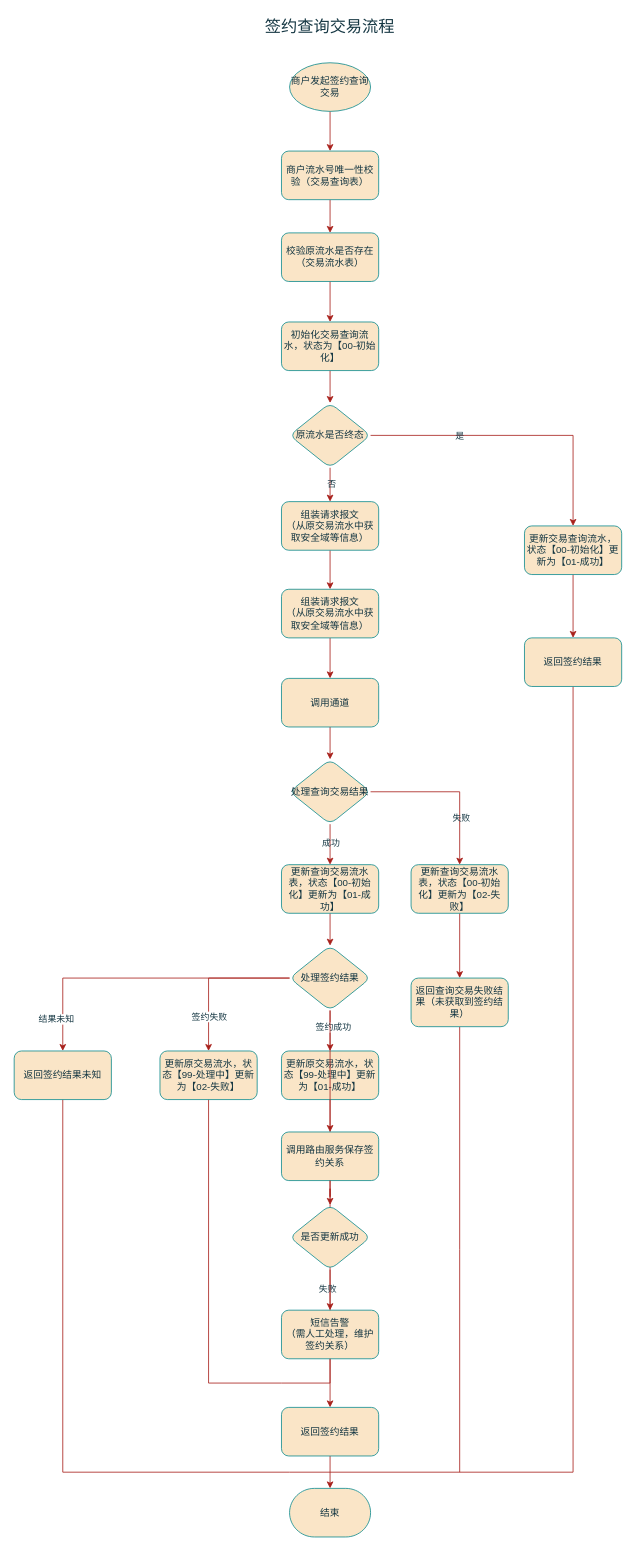
Above: page "签约查询交易流程" (2 of 10) of 代收服务.drawio in gaofv/draw (draw.io), before the change. Source tidied: cells renumbered, new cells numbered last; positions are measured from the earlier drawing's top-left corner, leaving out a move shared by most shapes. Both pictures are drawn from the tidied source at 81%, with x=0, y=0 at pixel (14, 14).
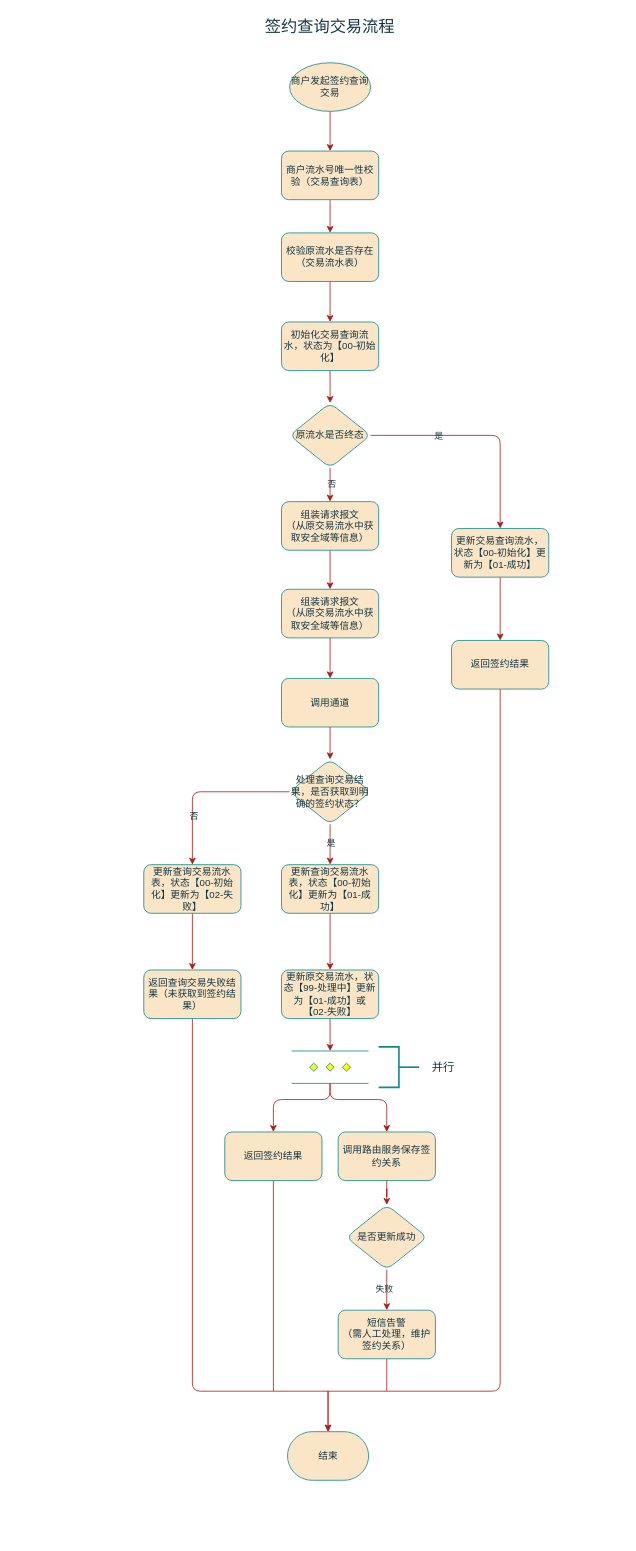
The same page after the edit.

Unchanged cells that the change refers to:
```xml
<mxCell id="9" value="原流水是否终态" style="rhombus;whiteSpace=wrap;html=1;strokeWidth=1;labelBackgroundColor=none;rounded=1;labelBorderColor=none;fillColor=#FAE5C7;strokeColor=#0F8B8D;fontColor=#143642;" parent="1" vertex="1">
  <mxGeometry x="340" y="480" width="100" height="80" as="geometry" />
</mxCell>
<mxCell id="27" style="edgeStyle=orthogonalEdgeStyle;rounded=0;jettySize=auto;html=1;labelBackgroundColor=none;strokeColor=#A8201A;fontColor=default;entryX=0.5;entryY=0;entryDx=0;entryDy=0;" parent="1" edge="1" source="29" target="36">
  <mxGeometry relative="1" as="geometry" />
</mxCell>
<mxCell id="36" value="更新查询交易流水表，状态【00-初始化】更新为【01-成功】" style="whiteSpace=wrap;html=1;fillColor=#FAE5C7;strokeColor=#0F8B8D;fontColor=#143642;strokeWidth=1;labelBackgroundColor=none;rounded=1;labelBorderColor=none;" parent="1" vertex="1">
  <mxGeometry x="330" y="1050" width="120" height="60" as="geometry" />
</mxCell>
```

Change to the diagram source:
```diff
@@
     <mxCell id="15" value="更新交易查询流水，状态【00-初始化】更新为【01-成功】" style="whiteSpace=wrap;html=1;fillColor=#FAE5C7;strokeColor=#0F8B8D;fontColor=#143642;strokeWidth=1;labelBackgroundColor=none;rounded=1;labelBorderColor=none;" parent="1" vertex="1">
-      <mxGeometry x="630" y="631.8" width="120" height="60" as="geometry" />
+      <mxGeometry x="540" y="635" width="120" height="60" as="geometry" />
     </mxCell>
-    <mxCell id="16" style="edgeStyle=orthogonalEdgeStyle;rounded=0;jettySize=auto;html=1;labelBackgroundColor=none;strokeColor=#A8201A;fontColor=default;shadow=0;" parent="1" edge="1" source="9" target="15">
+    <mxCell id="16" style="edgeStyle=orthogonalEdgeStyle;rounded=1;jettySize=auto;html=1;labelBackgroundColor=none;strokeColor=#A8201A;fontColor=default;shadow=0;" parent="1" edge="1" source="9" target="15">
       <mxGeometry relative="1" as="geometry" />
     </mxCell>
@@
-    <mxCell id="20" style="edgeStyle=orthogonalEdgeStyle;rounded=0;jettySize=auto;html=1;strokeColor=#A8201A;fontColor=#143642;fillColor=#FAE5C7;endArrow=none;endFill=0;exitX=0.5;exitY=1;exitDx=0;exitDy=0;" parent="1" edge="1" source="57">
-      <mxGeometry relative="1" as="geometry">
-        <mxPoint x="390" y="1800" as="targetPoint" />
-        <Array as="points">
-          <mxPoint x="690" y="1800" />
-        </Array>
-      </mxGeometry>
-    </mxCell>
@@
-    <mxCell id="25" style="edgeStyle=orthogonalEdgeStyle;rounded=0;jettySize=auto;html=1;strokeColor=#A8201A;fontColor=#143642;fillColor=#FAE5C7;entryX=0.5;entryY=0;entryDx=0;entryDy=0;" parent="1" edge="1" source="26" target="45">
-      <mxGeometry relative="1" as="geometry" />
-    </mxCell>
-    <mxCell id="26" value="更新原交易流水，状态【99-处理中】更新为【01-成功】" style="whiteSpace=wrap;html=1;fillColor=#FAE5C7;strokeColor=#0F8B8D;fontColor=#143642;strokeWidth=1;labelBackgroundColor=none;rounded=1;labelBorderColor=none;" parent="1" vertex="1">
-      <mxGeometry x="330" y="1280" width="120" height="60" as="geometry" />
-    </mxCell>
@@
-    <mxCell id="28" value="成功" style="edgeLabel;html=1;align=center;verticalAlign=middle;labelBackgroundColor=none;fontColor=#143642;" parent="27" vertex="1">
+    <mxCell id="28" value="是" style="edgeLabel;html=1;align=center;verticalAlign=middle;labelBackgroundColor=none;fontColor=#143642;" parent="27" vertex="1">
       <mxGeometry x="-0.08" relative="1" as="geometry" />
     </mxCell>
-    <mxCell id="29" value="处理查询交易结果" style="rhombus;whiteSpace=wrap;html=1;strokeWidth=1;labelBackgroundColor=none;rounded=1;labelBorderColor=none;fillColor=#FAE5C7;strokeColor=#0F8B8D;fontColor=#143642;" parent="1" vertex="1">
+    <mxCell id="29" value="处理查询交易结果，是否获取到明确的签约状态？" style="rhombus;whiteSpace=wrap;html=1;strokeWidth=1;labelBackgroundColor=none;rounded=1;labelBorderColor=none;fillColor=#FAE5C7;strokeColor=#0F8B8D;fontColor=#143642;" parent="1" vertex="1">
       <mxGeometry x="340" y="920" width="100" height="80" as="geometry" />
     </mxCell>
-    <mxCell id="30" style="edgeStyle=orthogonalEdgeStyle;rounded=0;jettySize=auto;html=1;strokeColor=#A8201A;fontColor=#143642;fillColor=#FAE5C7;endArrow=none;endFill=0;exitX=0.5;exitY=1;exitDx=0;exitDy=0;" parent="1" edge="1" source="58">
-      <mxGeometry relative="1" as="geometry">
-        <mxPoint x="550" y="1800" as="targetPoint" />
-      </mxGeometry>
-    </mxCell>
@@
     <mxCell id="32" value="更新查询交易流水表，状态【00-初始化】更新为【02-失败】" style="whiteSpace=wrap;html=1;fillColor=#FAE5C7;strokeColor=#0F8B8D;fontColor=#143642;strokeWidth=1;labelBackgroundColor=none;rounded=1;labelBorderColor=none;" parent="1" vertex="1">
-      <mxGeometry x="490" y="1050" width="120" height="60" as="geometry" />
+      <mxGeometry x="160" y="1050" width="120" height="60" as="geometry" />
     </mxCell>
-    <mxCell id="33" style="edgeStyle=orthogonalEdgeStyle;rounded=0;jettySize=auto;html=1;labelBackgroundColor=none;strokeColor=#A8201A;fontColor=default;" parent="1" edge="1" source="29" target="32">
+    <mxCell id="33" style="edgeStyle=orthogonalEdgeStyle;rounded=1;jettySize=auto;html=1;labelBackgroundColor=none;strokeColor=#A8201A;fontColor=default;exitX=0;exitY=0.5;exitDx=0;exitDy=0;" parent="1" edge="1" source="29" target="32">
       <mxGeometry relative="1" as="geometry" />
     </mxCell>
-    <mxCell id="34" value="失败" style="edgeLabel;html=1;align=center;verticalAlign=middle;labelBackgroundColor=none;fontColor=#143642;" parent="33" vertex="1">
+    <mxCell id="34" value="否" style="edgeLabel;html=1;align=center;verticalAlign=middle;labelBackgroundColor=none;fontColor=#143642;" parent="33" vertex="1">
       <mxGeometry x="0.42" y="1" relative="1" as="geometry" />
     </mxCell>
-    <mxCell id="35" style="edgeStyle=orthogonalEdgeStyle;rounded=0;jettySize=auto;html=1;strokeColor=#A8201A;fontColor=#143642;fillColor=#FAE5C7;entryX=0.5;entryY=0;entryDx=0;entryDy=0;" parent="1" edge="1" source="36" target="44">
-      <mxGeometry relative="1" as="geometry" />
-    </mxCell>
+    <mxCell id="61" style="edgeStyle=orthogonalEdgeStyle;rounded=0;jettySize=auto;html=1;strokeColor=#A8201A;fontColor=#143642;fillColor=#FAE5C7;" parent="1" edge="1" source="36" target="65">
+      <mxGeometry relative="1" as="geometry" />
+    </mxCell>
@@
-    <mxCell id="37" style="edgeStyle=orthogonalEdgeStyle;rounded=0;jettySize=auto;html=1;strokeColor=#A8201A;fontColor=#143642;fillColor=#FAE5C7;" parent="1" edge="1" source="44" target="26">
-      <mxGeometry relative="1" as="geometry" />
-    </mxCell>
-    <mxCell id="38" value="签约成功" style="edgeLabel;html=1;align=center;verticalAlign=middle;fontColor=#143642;" parent="37" vertex="1">
-      <mxGeometry x="-0.21" y="3" relative="1" as="geometry" />
-    </mxCell>
-    <mxCell id="39" style="edgeStyle=orthogonalEdgeStyle;rounded=0;jettySize=auto;html=1;strokeColor=#A8201A;fontColor=#143642;fillColor=#FAE5C7;" parent="1" edge="1" source="44" target="53">
-      <mxGeometry relative="1" as="geometry" />
-    </mxCell>
-    <mxCell id="40" value="签约失败" style="edgeLabel;html=1;align=center;verticalAlign=middle;fontColor=#143642;" parent="39" vertex="1">
-      <mxGeometry x="0.55" relative="1" as="geometry" />
-    </mxCell>
-    <mxCell id="41" style="edgeStyle=orthogonalEdgeStyle;rounded=0;jettySize=auto;html=1;strokeColor=#A8201A;fontColor=#143642;fillColor=#FAE5C7;endArrow=none;endFill=0;" parent="1" edge="1" source="44">
-      <mxGeometry relative="1" as="geometry">
-        <mxPoint x="390" y="1690" as="targetPoint" />
-      </mxGeometry>
-    </mxCell>
-    <mxCell id="42" style="edgeStyle=orthogonalEdgeStyle;rounded=0;jettySize=auto;html=1;strokeColor=#A8201A;fontColor=#143642;fillColor=#FAE5C7;" parent="1" edge="1" source="44" target="60">
-      <mxGeometry relative="1" as="geometry" />
-    </mxCell>
-    <mxCell id="43" value="结果未知" style="edgeLabel;html=1;align=center;verticalAlign=middle;fontColor=#143642;" parent="42" vertex="1">
-      <mxGeometry x="0.44" y="-1" relative="1" as="geometry">
-        <mxPoint x="-23" y="51" as="offset" />
-      </mxGeometry>
-    </mxCell>
-    <mxCell id="44" value="处理签约结果" style="rhombus;whiteSpace=wrap;html=1;strokeWidth=1;labelBackgroundColor=none;rounded=1;labelBorderColor=none;fillColor=#FAE5C7;strokeColor=#0F8B8D;fontColor=#143642;" parent="1" vertex="1">
-      <mxGeometry x="340" y="1150" width="100" height="80" as="geometry" />
-    </mxCell>
     <mxCell id="45" value="调用路由服务保存签约关系" style="whiteSpace=wrap;html=1;fillColor=#FAE5C7;strokeColor=#0F8B8D;fontColor=#143642;strokeWidth=1;labelBackgroundColor=none;rounded=1;labelBorderColor=none;" parent="1" vertex="1">
-      <mxGeometry x="330" y="1380" width="120" height="60" as="geometry" />
+      <mxGeometry x="400" y="1380" width="120" height="60" as="geometry" />
     </mxCell>
     <mxCell id="46" value="是否更新成功" style="rhombus;whiteSpace=wrap;html=1;strokeWidth=1;labelBackgroundColor=none;rounded=1;labelBorderColor=none;fillColor=#FAE5C7;strokeColor=#0F8B8D;fontColor=#143642;" parent="1" vertex="1">
-      <mxGeometry x="340" y="1470" width="100" height="80" as="geometry" />
+      <mxGeometry x="410" y="1470" width="100" height="80" as="geometry" />
     </mxCell>
@@
-    <mxCell id="48" style="edgeStyle=orthogonalEdgeStyle;rounded=0;jettySize=auto;html=1;strokeColor=#A8201A;fontColor=#143642;fillColor=#FAE5C7;" parent="1" edge="1" source="49" target="55">
-      <mxGeometry relative="1" as="geometry" />
+    <mxCell id="48" style="edgeStyle=orthogonalEdgeStyle;rounded=0;jettySize=auto;html=1;strokeColor=#A8201A;fontColor=#143642;fillColor=#FAE5C7;entryX=0.5;entryY=0;entryDx=0;entryDy=0;entryPerimeter=0;" parent="1" edge="1" source="49" target="56">
+      <mxGeometry relative="1" as="geometry">
+        <Array as="points">
+          <mxPoint x="460" y="1700" />
+          <mxPoint x="388" y="1700" />
+        </Array>
+      </mxGeometry>
     </mxCell>
     <mxCell id="49" value="短信告警&lt;br&gt;（需人工处理，维护签约关系）" style="whiteSpace=wrap;html=1;fillColor=#FAE5C7;strokeColor=#0F8B8D;fontColor=#143642;strokeWidth=1;labelBackgroundColor=none;rounded=1;labelBorderColor=none;" parent="1" vertex="1">
-      <mxGeometry x="330" y="1600" width="120" height="60" as="geometry" />
+      <mxGeometry x="400" y="1600" width="120" height="60" as="geometry" />
     </mxCell>
@@
-    <mxCell id="52" style="edgeStyle=orthogonalEdgeStyle;rounded=0;jettySize=auto;html=1;strokeColor=#A8201A;fontColor=#143642;fillColor=#FAE5C7;endArrow=none;endFill=0;" parent="1" edge="1" source="53">
-      <mxGeometry relative="1" as="geometry">
-        <mxPoint x="390" y="1690" as="targetPoint" />
-        <Array as="points">
-          <mxPoint x="240" y="1690" />
-          <mxPoint x="330" y="1690" />
-        </Array>
-      </mxGeometry>
-    </mxCell>
-    <mxCell id="53" value="更新原交易流水，状态【99-处理中】更新为【02-失败】" style="whiteSpace=wrap;html=1;fillColor=#FAE5C7;strokeColor=#0F8B8D;fontColor=#143642;strokeWidth=1;labelBackgroundColor=none;rounded=1;labelBorderColor=none;" parent="1" vertex="1">
-      <mxGeometry x="180" y="1280" width="120" height="60" as="geometry" />
-    </mxCell>
+    <mxCell id="56" value="结束" style="strokeWidth=1;html=1;shape=mxgraph.flowchart.terminator;whiteSpace=wrap;labelBackgroundColor=none;rounded=1;labelBorderColor=none;fillColor=#FAE5C7;strokeColor=#0F8B8D;fontColor=#143642;" parent="1" vertex="1">
+      <mxGeometry x="337.5" y="1750" width="100" height="60" as="geometry" />
+    </mxCell>
+    <mxCell id="62" style="edgeStyle=orthogonalEdgeStyle;rounded=1;jettySize=auto;html=1;strokeColor=#A8201A;fontColor=#143642;fillColor=#FAE5C7;endArrow=none;endFill=0;sourcePerimeterSpacing=0;" parent="1" edge="1" source="57">
+      <mxGeometry relative="1" as="geometry">
+        <mxPoint x="460" y="1700" as="targetPoint" />
+        <Array as="points">
+          <mxPoint x="600" y="1700" />
+        </Array>
+      </mxGeometry>
+    </mxCell>
+    <mxCell id="57" value="返回签约结果" style="whiteSpace=wrap;html=1;fillColor=#FAE5C7;strokeColor=#0F8B8D;fontColor=#143642;strokeWidth=1;labelBackgroundColor=none;rounded=1;labelBorderColor=none;" parent="1" vertex="1">
+      <mxGeometry x="540" y="773.2" width="120" height="60" as="geometry" />
+    </mxCell>
+    <mxCell id="63" style="edgeStyle=orthogonalEdgeStyle;rounded=1;jettySize=auto;html=1;strokeColor=#A8201A;fontColor=#143642;fillColor=#FAE5C7;endArrow=none;endFill=0;" parent="1" edge="1" source="58">
+      <mxGeometry relative="1" as="geometry">
+        <mxPoint x="320" y="1700" as="targetPoint" />
+        <Array as="points">
+          <mxPoint x="220" y="1700" />
+        </Array>
+      </mxGeometry>
+    </mxCell>
+    <mxCell id="58" value="返回查询交易失败结果（未获取到签约结果）" style="whiteSpace=wrap;html=1;fillColor=#FAE5C7;strokeColor=#0F8B8D;fontColor=#143642;strokeWidth=1;labelBackgroundColor=none;rounded=1;labelBorderColor=none;" parent="1" vertex="1">
+      <mxGeometry x="160" y="1180" width="120" height="60" as="geometry" />
+    </mxCell>
+    <mxCell id="64" style="edgeStyle=orthogonalEdgeStyle;rounded=0;jettySize=auto;html=1;strokeColor=#A8201A;fontColor=#143642;fillColor=#FAE5C7;entryX=0.5;entryY=0;entryDx=0;entryDy=0;entryPerimeter=0;" parent="1" edge="1" source="65" target="68">
+      <mxGeometry relative="1" as="geometry" />
+    </mxCell>
+    <mxCell id="65" value="更新原交易流水，状态【99-处理中】更新为【01-成功】或【02-失败】" style="whiteSpace=wrap;html=1;fillColor=#FAE5C7;strokeColor=#0F8B8D;fontColor=#143642;strokeWidth=1;labelBackgroundColor=none;rounded=1;labelBorderColor=none;" parent="1" vertex="1">
+      <mxGeometry x="330" y="1180" width="120" height="60" as="geometry" />
+    </mxCell>
+    <mxCell id="66" style="edgeStyle=orthogonalEdgeStyle;rounded=1;jettySize=auto;html=1;strokeColor=#A8201A;fontColor=#143642;fillColor=#FAE5C7;entryX=0.5;entryY=0;entryDx=0;entryDy=0;" parent="1" edge="1" source="68">
+      <mxGeometry relative="1" as="geometry">
+        <mxPoint x="460" y="1380" as="targetPoint" />
+        <Array as="points">
+          <mxPoint x="390" y="1340" />
+          <mxPoint x="460" y="1340" />
+          <mxPoint x="460" y="1380" />
+        </Array>
+      </mxGeometry>
+    </mxCell>
+    <mxCell id="67" style="edgeStyle=orthogonalEdgeStyle;rounded=1;jettySize=auto;html=1;strokeColor=#A8201A;fontColor=#143642;fillColor=#FAE5C7;entryX=0.5;entryY=0;entryDx=0;entryDy=0;" parent="1" edge="1" source="68">
+      <mxGeometry relative="1" as="geometry">
+        <mxPoint x="320" y="1380" as="targetPoint" />
+        <Array as="points">
+          <mxPoint x="390" y="1340" />
+          <mxPoint x="320" y="1340" />
+        </Array>
+      </mxGeometry>
+    </mxCell>
+    <mxCell id="68" style="verticalLabelPosition=bottom;verticalAlign=top;html=1;shape=mxgraph.flowchart.parallel_mode;strokeColor=#0F8B8D;fontColor=#143642;fillColor=#FAE5C7;" parent="1" vertex="1">
+      <mxGeometry x="342.5" y="1280" width="95" height="40" as="geometry" />
+    </mxCell>
-    <mxCell id="54" style="edgeStyle=orthogonalEdgeStyle;rounded=0;jettySize=auto;html=1;strokeColor=#A8201A;fontColor=#143642;fillColor=#FAE5C7;" parent="1" edge="1" source="55" target="56">
-      <mxGeometry relative="1" as="geometry" />
+    <mxCell id="54" style="edgeStyle=orthogonalEdgeStyle;rounded=0;jettySize=auto;html=1;strokeColor=#A8201A;fontColor=#143642;fillColor=#FAE5C7;entryX=0.5;entryY=0;entryDx=0;entryDy=0;entryPerimeter=0;" parent="1" edge="1" source="55" target="56">
+      <mxGeometry relative="1" as="geometry">
+        <Array as="points">
+          <mxPoint x="320" y="1700" />
+          <mxPoint x="388" y="1700" />
+        </Array>
+      </mxGeometry>
     </mxCell>
     <mxCell id="55" value="返回签约结果" style="whiteSpace=wrap;html=1;fillColor=#FAE5C7;strokeColor=#0F8B8D;fontColor=#143642;strokeWidth=1;labelBackgroundColor=none;rounded=1;labelBorderColor=none;" parent="1" vertex="1">
-      <mxGeometry x="330" y="1720" width="120" height="60" as="geometry" />
+      <mxGeometry x="260" y="1380" width="120" height="60" as="geometry" />
     </mxCell>
-    <mxCell id="56" value="结束" style="strokeWidth=1;html=1;shape=mxgraph.flowchart.terminator;whiteSpace=wrap;labelBackgroundColor=none;rounded=1;labelBorderColor=none;fillColor=#FAE5C7;strokeColor=#0F8B8D;fontColor=#143642;" parent="1" vertex="1">
-      <mxGeometry x="340" y="1820" width="100" height="60" as="geometry" />
-    </mxCell>
-    <mxCell id="57" value="返回签约结果" style="whiteSpace=wrap;html=1;fillColor=#FAE5C7;strokeColor=#0F8B8D;fontColor=#143642;strokeWidth=1;labelBackgroundColor=none;rounded=1;labelBorderColor=none;" parent="1" vertex="1">
-      <mxGeometry x="630" y="770" width="120" height="60" as="geometry" />
-    </mxCell>
-    <mxCell id="58" value="返回查询交易失败结果（未获取到签约结果）" style="whiteSpace=wrap;html=1;fillColor=#FAE5C7;strokeColor=#0F8B8D;fontColor=#143642;strokeWidth=1;labelBackgroundColor=none;rounded=1;labelBorderColor=none;" parent="1" vertex="1">
-      <mxGeometry x="490" y="1190" width="120" height="60" as="geometry" />
-    </mxCell>
-    <mxCell id="59" style="edgeStyle=orthogonalEdgeStyle;rounded=0;jettySize=auto;html=1;strokeColor=#A8201A;fontColor=#143642;fillColor=#FAE5C7;endArrow=none;endFill=0;" parent="1" edge="1" source="60">
-      <mxGeometry relative="1" as="geometry">
-        <mxPoint x="390" y="1800" as="targetPoint" />
-        <Array as="points">
-          <mxPoint x="60" y="1800" />
-          <mxPoint x="340" y="1800" />
-        </Array>
-      </mxGeometry>
-    </mxCell>
-    <mxCell id="60" value="返回签约结果未知" style="whiteSpace=wrap;html=1;fillColor=#FAE5C7;strokeColor=#0F8B8D;fontColor=#143642;strokeWidth=1;labelBackgroundColor=none;rounded=1;labelBorderColor=none;" parent="1" vertex="1">
-      <mxGeometry y="1280" width="120" height="60" as="geometry" />
-    </mxCell>
+    <mxCell id="69" style="strokeWidth=2;html=1;shape=mxgraph.flowchart.annotation_2;align=left;labelPosition=right;strokeColor=#0F8B8D;fontColor=#143642;fillColor=#FAE5C7;direction=west;fontSize=14;" parent="1" vertex="1">
+      <mxGeometry x="450" y="1275" width="50" height="50" as="geometry" />
+    </mxCell>
+    <mxCell id="70" value="并行" style="text;html=1;strokeColor=none;fillColor=none;align=center;verticalAlign=middle;whiteSpace=wrap;rounded=0;fontColor=#143642;fontSize=14;" parent="1" vertex="1">
+      <mxGeometry x="500" y="1285" width="60" height="30" as="geometry" />
+    </mxCell>
```
